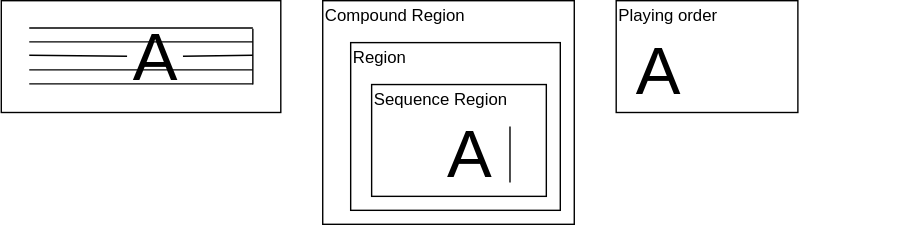
ruimo/klavier-core keeps this draw.io diagram as docs/repeat/example01.drawio.svg. Above is the earlier version. Source tidied: cells renumbered, new cells last; positions are measured from the earlier drawing's top-left corner, leaving out a move shared by most shapes.
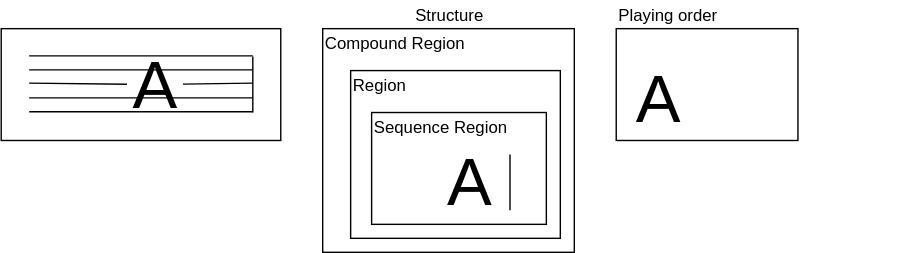
After the change.

What changed in the source:
```diff
@@ -79,10 +79,13 @@
       <mxGeometry x="440" width="130" height="80" as="geometry" />
     </mxCell>
     <mxCell id="20" value="Playing order" style="text;html=1;strokeColor=none;fillColor=none;align=left;verticalAlign=middle;whiteSpace=wrap;rounded=0;" parent="1" vertex="1">
-      <mxGeometry x="440" width="200" height="20" as="geometry" />
+      <mxGeometry x="440" y="-20" width="200" height="20" as="geometry" />
     </mxCell>
     <mxCell id="21" value="&lt;font style=&quot;font-size: 48px&quot;&gt;A&lt;/font&gt;" style="text;html=1;strokeColor=none;fillColor=none;align=center;verticalAlign=middle;whiteSpace=wrap;rounded=0;" parent="1" vertex="1">
       <mxGeometry x="450" y="40" width="40" height="20" as="geometry" />
     </mxCell>
+    <mxCell id="22" value="Structure" style="text;html=1;strokeColor=none;fillColor=none;align=center;verticalAlign=middle;whiteSpace=wrap;rounded=0;" parent="1" vertex="1">
+      <mxGeometry x="230" y="-20" width="180" height="20" as="geometry" />
+    </mxCell>
   </root>
 </mxGraphModel>
```
